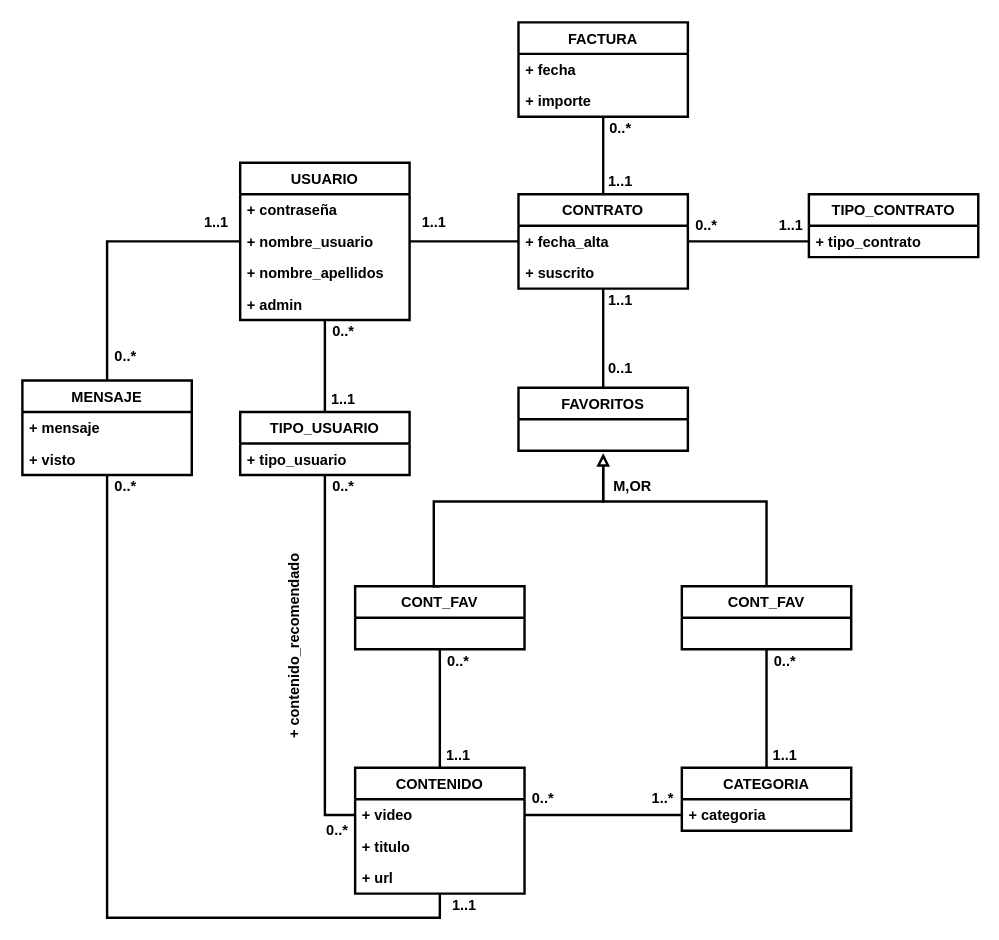
Above: Modelo Conceptual.drawio in JaumeJulia/BD2_Practica02 (draw.io), before the change. Source tidied: cells renumbered, new cells numbered last; positions are measured from the earlier drawing's top-left corner, leaving out a move shared by most shapes. Both pictures are drawn from the tidied source at 121%, with x=0, y=0 at pixel (22, 22).
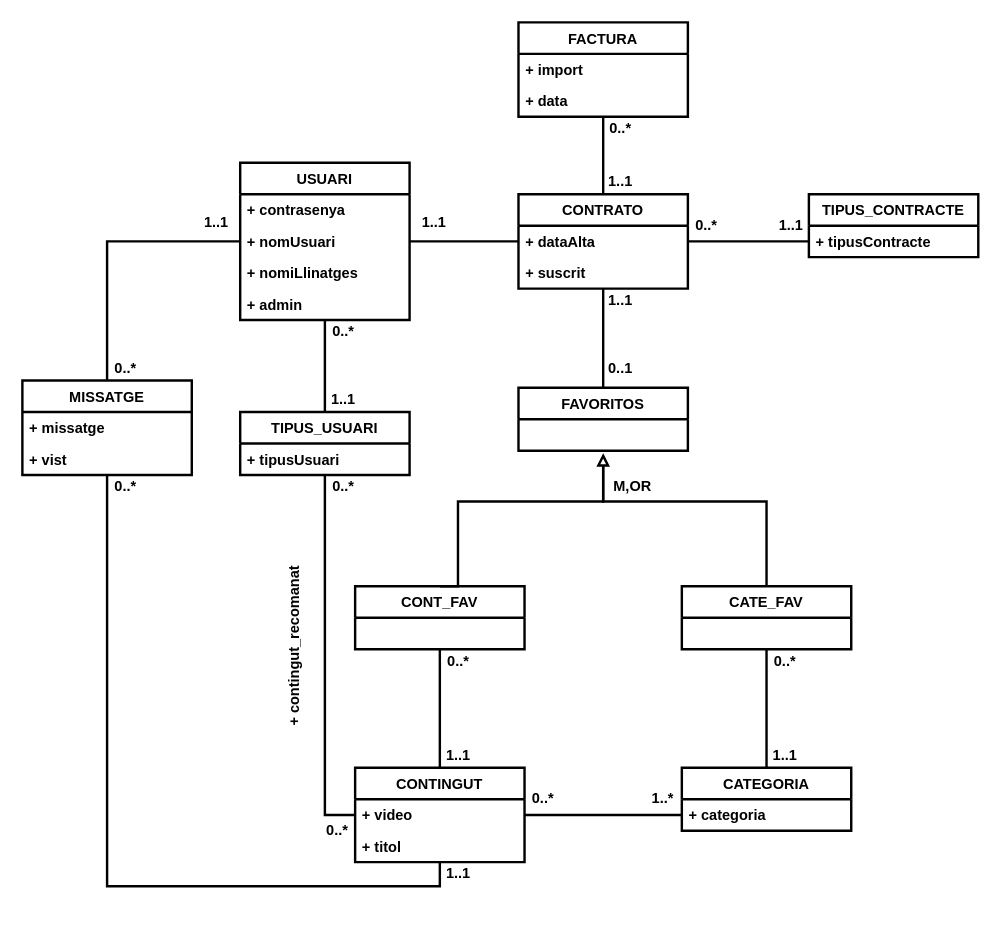
The same page after the edit.

Commit message:
Modelo modificado

The change refers to these unchanged cells:
```xml
<mxCell id="4" value="CONTRATO" style="swimlane;fontStyle=1;horizontal=1;startSize=26;fillColor=none;strokeWidth=2;" parent="1" vertex="1">
  <mxGeometry x="410" y="142" width="140" height="78" as="geometry" />
</mxCell>
<mxCell id="8" value="FACTURA" style="swimlane;fontStyle=1;horizontal=1;startSize=26;fillColor=none;strokeWidth=2;" parent="1" vertex="1">
  <mxGeometry x="410" width="140" height="78" as="geometry" />
</mxCell>
<mxCell id="56" value="CONT_FAV" style="swimlane;fontStyle=1;horizontal=1;startSize=26;fillColor=none;strokeWidth=2;" parent="1" vertex="1">
  <mxGeometry x="275" y="466" width="140" height="52" as="geometry" />
</mxCell>
```

Change to the diagram source:
```diff
@@
-    <mxCell id="5" value="+ fecha_alta" style="text;strokeColor=none;fillColor=none;align=left;verticalAlign=top;spacingLeft=4;spacingRight=4;overflow=hidden;points=[[0,0.5],[1,0.5]];portConstraint=eastwest;fontStyle=1;" parent="4" vertex="1">
+    <mxCell id="5" value="+ dataAlta" style="text;strokeColor=none;fillColor=none;align=left;verticalAlign=top;spacingLeft=4;spacingRight=4;overflow=hidden;points=[[0,0.5],[1,0.5]];portConstraint=eastwest;fontStyle=1;" parent="4" vertex="1">
       <mxGeometry y="26" width="140" height="26" as="geometry" />
     </mxCell>
-    <mxCell id="6" value="+ suscrito" style="text;strokeColor=none;fillColor=none;align=left;verticalAlign=top;spacingLeft=4;spacingRight=4;overflow=hidden;fontStyle=1;" parent="4" vertex="1">
+    <mxCell id="6" value="+ suscrit" style="text;strokeColor=none;fillColor=none;align=left;verticalAlign=top;spacingLeft=4;spacingRight=4;overflow=hidden;fontStyle=1;" parent="4" vertex="1">
       <mxGeometry y="52" width="140" height="26" as="geometry" />
     </mxCell>
@@
+    <mxCell id="10" value="+ import" style="text;strokeColor=none;fillColor=none;align=left;verticalAlign=top;spacingLeft=4;spacingRight=4;overflow=hidden;fontStyle=1;" parent="8" vertex="1">
+      <mxGeometry y="26" width="140" height="26" as="geometry" />
+    </mxCell>
-    <mxCell id="9" value="+ fecha" style="text;strokeColor=none;fillColor=none;align=left;verticalAlign=top;spacingLeft=4;spacingRight=4;overflow=hidden;fontStyle=1;" parent="8" vertex="1">
-      <mxGeometry y="26" width="140" height="26" as="geometry" />
+    <mxCell id="9" value="+ data" style="text;strokeColor=none;fillColor=none;align=left;verticalAlign=top;spacingLeft=4;spacingRight=4;overflow=hidden;fontStyle=1;" parent="8" vertex="1">
+      <mxGeometry y="52" width="140" height="26" as="geometry" />
     </mxCell>
-    <mxCell id="10" value="+ importe" style="text;strokeColor=none;fillColor=none;align=left;verticalAlign=top;spacingLeft=4;spacingRight=4;overflow=hidden;fontStyle=1;" parent="8" vertex="1">
-      <mxGeometry y="52" width="140" height="26" as="geometry" />
-    </mxCell>
-    <mxCell id="11" value="TIPO_CONTRATO" style="swimlane;fontStyle=1;horizontal=1;startSize=26;fillColor=none;strokeWidth=2;" parent="1" vertex="1">
+    <mxCell id="11" value="TIPUS_CONTRACTE" style="swimlane;fontStyle=1;horizontal=1;startSize=26;fillColor=none;strokeWidth=2;" parent="1" vertex="1">
       <mxGeometry x="650" y="142" width="140" height="52" as="geometry" />
     </mxCell>
-    <mxCell id="12" value="+ tipo_contrato" style="text;strokeColor=none;fillColor=none;align=left;verticalAlign=top;spacingLeft=4;spacingRight=4;overflow=hidden;fontStyle=1;" parent="11" vertex="1">
+    <mxCell id="12" value="+ tipusContracte" style="text;strokeColor=none;fillColor=none;align=left;verticalAlign=top;spacingLeft=4;spacingRight=4;overflow=hidden;fontStyle=1;" parent="11" vertex="1">
       <mxGeometry y="26" width="140" height="26" as="geometry" />
     </mxCell>
@@
-    <mxCell id="14" value="USUARIO" style="swimlane;fontStyle=1;horizontal=1;startSize=26;fillColor=none;strokeWidth=2;" parent="1" vertex="1">
+    <mxCell id="14" value="USUARI" style="swimlane;fontStyle=1;horizontal=1;startSize=26;fillColor=none;strokeWidth=2;" parent="1" vertex="1">
       <mxGeometry x="180" y="116" width="140" height="130" as="geometry" />
     </mxCell>
-    <mxCell id="15" value="+ contraseña" style="text;strokeColor=none;fillColor=none;align=left;verticalAlign=top;spacingLeft=4;spacingRight=4;overflow=hidden;fontStyle=1;" parent="14" vertex="1">
+    <mxCell id="15" value="+ contrasenya" style="text;strokeColor=none;fillColor=none;align=left;verticalAlign=top;spacingLeft=4;spacingRight=4;overflow=hidden;fontStyle=1;" parent="14" vertex="1">
       <mxGeometry y="26" width="140" height="26" as="geometry" />
     </mxCell>
-    <mxCell id="16" value="+ nombre_usuario" style="text;strokeColor=none;fillColor=none;align=left;verticalAlign=top;spacingLeft=4;spacingRight=4;overflow=hidden;points=[[0,0.5],[1,0.5]];portConstraint=eastwest;fontStyle=1;" parent="14" vertex="1">
+    <mxCell id="16" value="+ nomUsuari" style="text;strokeColor=none;fillColor=none;align=left;verticalAlign=top;spacingLeft=4;spacingRight=4;overflow=hidden;points=[[0,0.5],[1,0.5]];portConstraint=eastwest;fontStyle=1;" parent="14" vertex="1">
       <mxGeometry y="52" width="140" height="26" as="geometry" />
     </mxCell>
-    <mxCell id="17" value="+ nombre_apellidos" style="text;strokeColor=none;fillColor=none;align=left;verticalAlign=top;spacingLeft=4;spacingRight=4;overflow=hidden;fontStyle=1;" parent="14" vertex="1">
+    <mxCell id="17" value="+ nomiLlinatges" style="text;strokeColor=none;fillColor=none;align=left;verticalAlign=top;spacingLeft=4;spacingRight=4;overflow=hidden;fontStyle=1;" parent="14" vertex="1">
       <mxGeometry y="78" width="140" height="26" as="geometry" />
     </mxCell>
@@
-    <mxCell id="19" value="TIPO_USUARIO" style="swimlane;fontStyle=1;horizontal=1;startSize=26;fillColor=none;strokeWidth=2;" parent="1" vertex="1">
+    <mxCell id="19" value="TIPUS_USUARI" style="swimlane;fontStyle=1;horizontal=1;startSize=26;fillColor=none;strokeWidth=2;" parent="1" vertex="1">
       <mxGeometry x="180" y="322" width="140" height="52" as="geometry" />
     </mxCell>
-    <mxCell id="20" value="+ tipo_usuario" style="text;strokeColor=none;fillColor=none;align=left;verticalAlign=top;spacingLeft=4;spacingRight=4;overflow=hidden;fontStyle=1;" parent="19" vertex="1">
+    <mxCell id="20" value="+ tipusUsuari" style="text;strokeColor=none;fillColor=none;align=left;verticalAlign=top;spacingLeft=4;spacingRight=4;overflow=hidden;fontStyle=1;" parent="19" vertex="1">
       <mxGeometry y="26" width="140" height="26" as="geometry" />
     </mxCell>
@@
-    <mxCell id="22" value="MENSAJE" style="swimlane;fontStyle=1;horizontal=1;startSize=26;fillColor=none;strokeWidth=2;" parent="1" vertex="1">
+    <mxCell id="22" value="MISSATGE" style="swimlane;fontStyle=1;horizontal=1;startSize=26;fillColor=none;strokeWidth=2;" parent="1" vertex="1">
       <mxGeometry y="296" width="140" height="78" as="geometry" />
     </mxCell>
-    <mxCell id="23" value="+ mensaje" style="text;strokeColor=none;fillColor=none;align=left;verticalAlign=top;spacingLeft=4;spacingRight=4;overflow=hidden;fontStyle=1;" parent="22" vertex="1">
+    <mxCell id="23" value="+ missatge" style="text;strokeColor=none;fillColor=none;align=left;verticalAlign=top;spacingLeft=4;spacingRight=4;overflow=hidden;fontStyle=1;" parent="22" vertex="1">
       <mxGeometry y="26" width="140" height="26" as="geometry" />
     </mxCell>
-    <mxCell id="24" value="+ visto" style="text;strokeColor=none;fillColor=none;align=left;verticalAlign=top;spacingLeft=4;spacingRight=4;overflow=hidden;fontStyle=1;" parent="22" vertex="1">
+    <mxCell id="24" value="+ vist" style="text;strokeColor=none;fillColor=none;align=left;verticalAlign=top;spacingLeft=4;spacingRight=4;overflow=hidden;fontStyle=1;" parent="22" vertex="1">
       <mxGeometry y="52" width="140" height="26" as="geometry" />
     </mxCell>
@@
     <mxCell id="26" style="edgeStyle=orthogonalEdgeStyle;rounded=0;jettySize=auto;html=1;endArrow=block;endFill=0;strokeWidth=2;exitX=0.5;exitY=0;exitDx=0;exitDy=0;" parent="1" edge="1" source="56">
       <mxGeometry relative="1" as="geometry">
         <mxPoint x="480" y="356" as="targetPoint" />
         <Array as="points">
-          <mxPoint x="340" y="396" />
+          <mxPoint x="360" y="466" />
+          <mxPoint x="360" y="396" />
           <mxPoint x="480" y="396" />
         </Array>
       </mxGeometry>
     </mxCell>
-    <mxCell id="27" value="CONTENIDO" style="swimlane;fontStyle=1;horizontal=1;startSize=26;fillColor=none;strokeWidth=2;" parent="1" vertex="1">
-      <mxGeometry x="275" y="616" width="140" height="104" as="geometry" />
+    <mxCell id="27" value="CONTINGUT" style="swimlane;fontStyle=1;horizontal=1;startSize=26;fillColor=none;strokeWidth=2;" parent="1" vertex="1">
+      <mxGeometry x="275" y="616" width="140" height="78" as="geometry" />
     </mxCell>
@@
-    <mxCell id="29" value="+ titulo" style="text;strokeColor=none;fillColor=none;align=left;verticalAlign=top;spacingLeft=4;spacingRight=4;overflow=hidden;fontStyle=1;" parent="27" vertex="1">
+    <mxCell id="29" value="+ titol" style="text;strokeColor=none;fillColor=none;align=left;verticalAlign=top;spacingLeft=4;spacingRight=4;overflow=hidden;fontStyle=1;" parent="27" vertex="1">
       <mxGeometry y="52" width="140" height="26" as="geometry" />
     </mxCell>
-    <mxCell id="30" value="+ url" style="text;strokeColor=none;fillColor=none;align=left;verticalAlign=top;spacingLeft=4;spacingRight=4;overflow=hidden;fontStyle=1;" parent="27" vertex="1">
-      <mxGeometry y="78" width="140" height="26" as="geometry" />
-    </mxCell>
@@
     <mxCell id="37" value="0..*" style="text;html=1;align=center;verticalAlign=middle;strokeColor=none;fillColor=none;fontStyle=1;" parent="1" vertex="1">
-      <mxGeometry x="70" y="266" width="30" height="20" as="geometry" />
+      <mxGeometry x="70" y="276" width="30" height="20" as="geometry" />
     </mxCell>
@@
-    <mxCell id="39" value="+ contenido_recomendado" style="text;html=1;align=center;verticalAlign=middle;strokeColor=none;fillColor=none;fontStyle=1;rotation=-90;" parent="1" vertex="1">
-      <mxGeometry x="140" y="506" width="170" height="20" as="geometry" />
+    <mxCell id="39" value="+ contingut_recomanat" style="text;html=1;align=center;verticalAlign=middle;strokeColor=none;fillColor=none;fontStyle=1;rotation=-90;" parent="1" vertex="1">
+      <mxGeometry x="150" y="506" width="150" height="20" as="geometry" />
     </mxCell>
@@
     <mxCell id="44" value="1..1" style="text;html=1;align=center;verticalAlign=middle;strokeColor=none;fillColor=none;fontStyle=1;" parent="1" vertex="1">
-      <mxGeometry x="345" y="720" width="40" height="20" as="geometry" />
+      <mxGeometry x="340" y="694" width="40" height="20" as="geometry" />
     </mxCell>
@@
-    <mxCell id="59" value="CONT_FAV" style="swimlane;fontStyle=1;horizontal=1;startSize=26;fillColor=none;strokeWidth=2;" parent="1" vertex="1">
+    <mxCell id="59" value="CATE_FAV" style="swimlane;fontStyle=1;horizontal=1;startSize=26;fillColor=none;strokeWidth=2;" parent="1" vertex="1">
       <mxGeometry x="545" y="466" width="140" height="52" as="geometry" />
     </mxCell>
```
